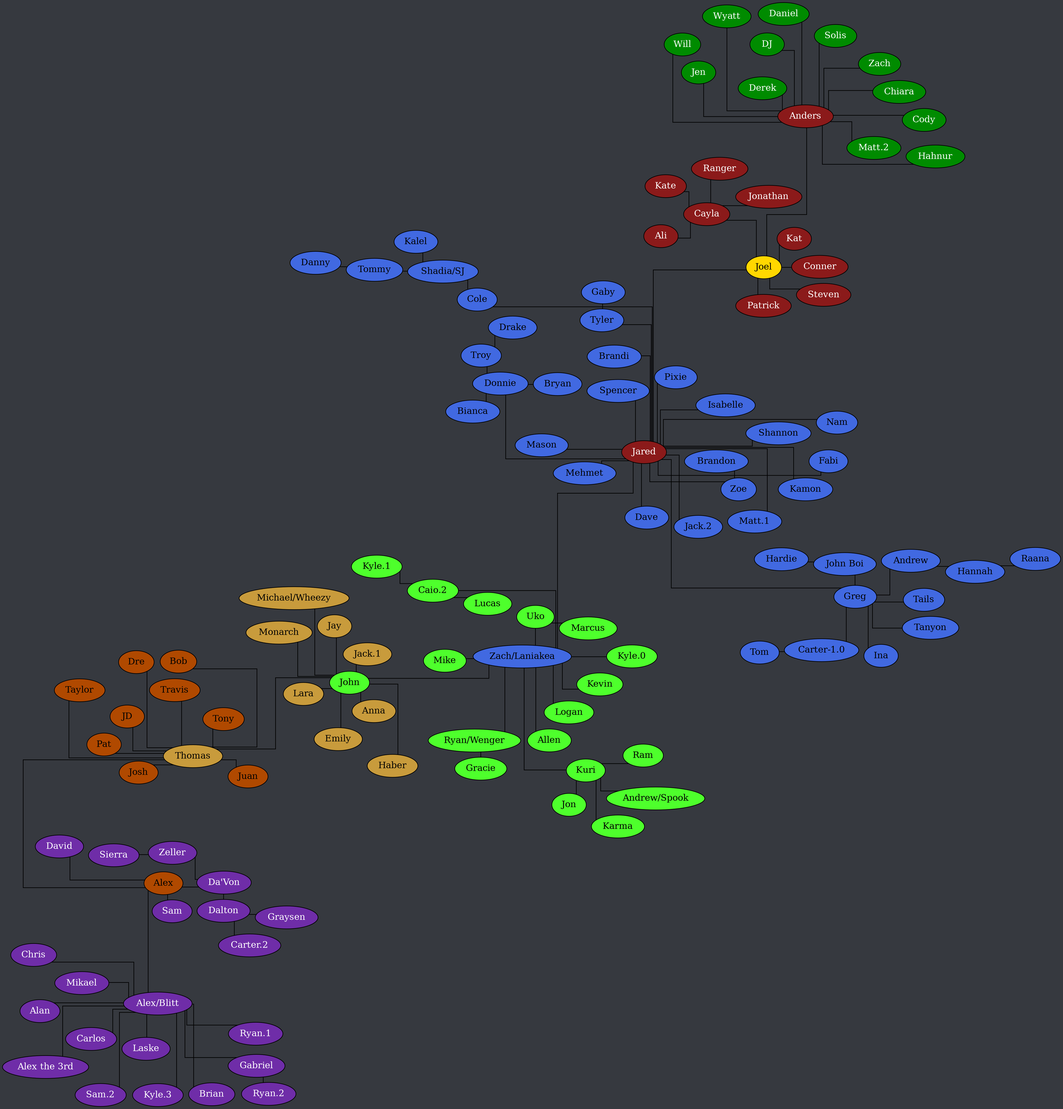
Before: tree.png, a diagram exported from Graphviz (Documidas/CoronaCatzFamilyTree). Its source is kept beside it as tree.dot.
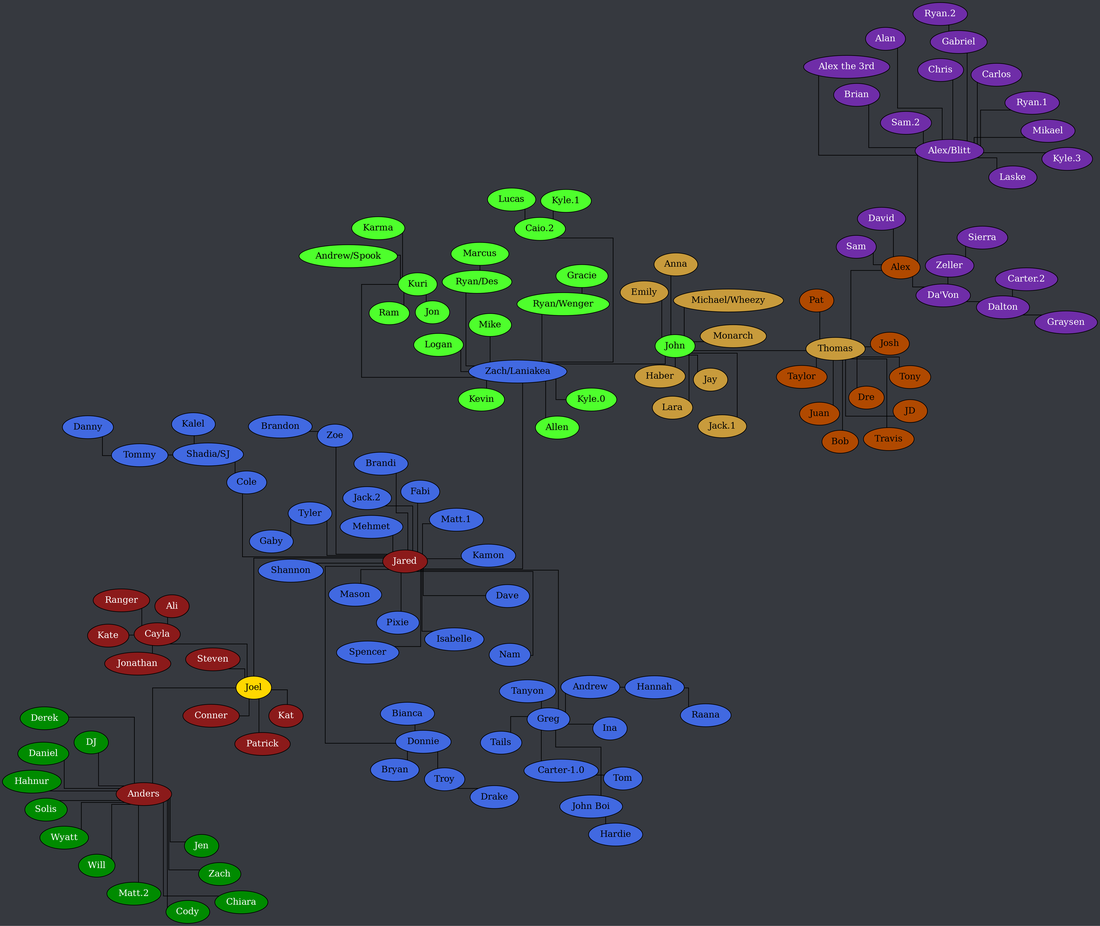
After the change.

Commit message:
Rename Uko to 'Ryan/Des'

The edit, as a diff of the source:
```diff
@@ -98,7 +98,7 @@
 		Kuri -- Jon;
 		Kuri -- Karma;
 		Kuri -- Ram;
-		Uko -- Marcus;
+		"Ryan/Des" -- Marcus;
 		"Ryan/Wenger" -- Gracie;
 		"Zach/Laniakea" -- Allen;
 		"Zach/Laniakea" -- "Caio.2";
@@ -108,8 +108,8 @@
 		"Zach/Laniakea" -- Kuri;
 		"Zach/Laniakea" -- "Kyle.0";
 		"Zach/Laniakea" -- Mike;
+		"Zach/Laniakea" -- "Ryan/Des";
 		"Zach/Laniakea" -- "Ryan/Wenger";
-		"Zach/Laniakea" -- Uko;
 	}
 
 	subgraph "John" {
```
